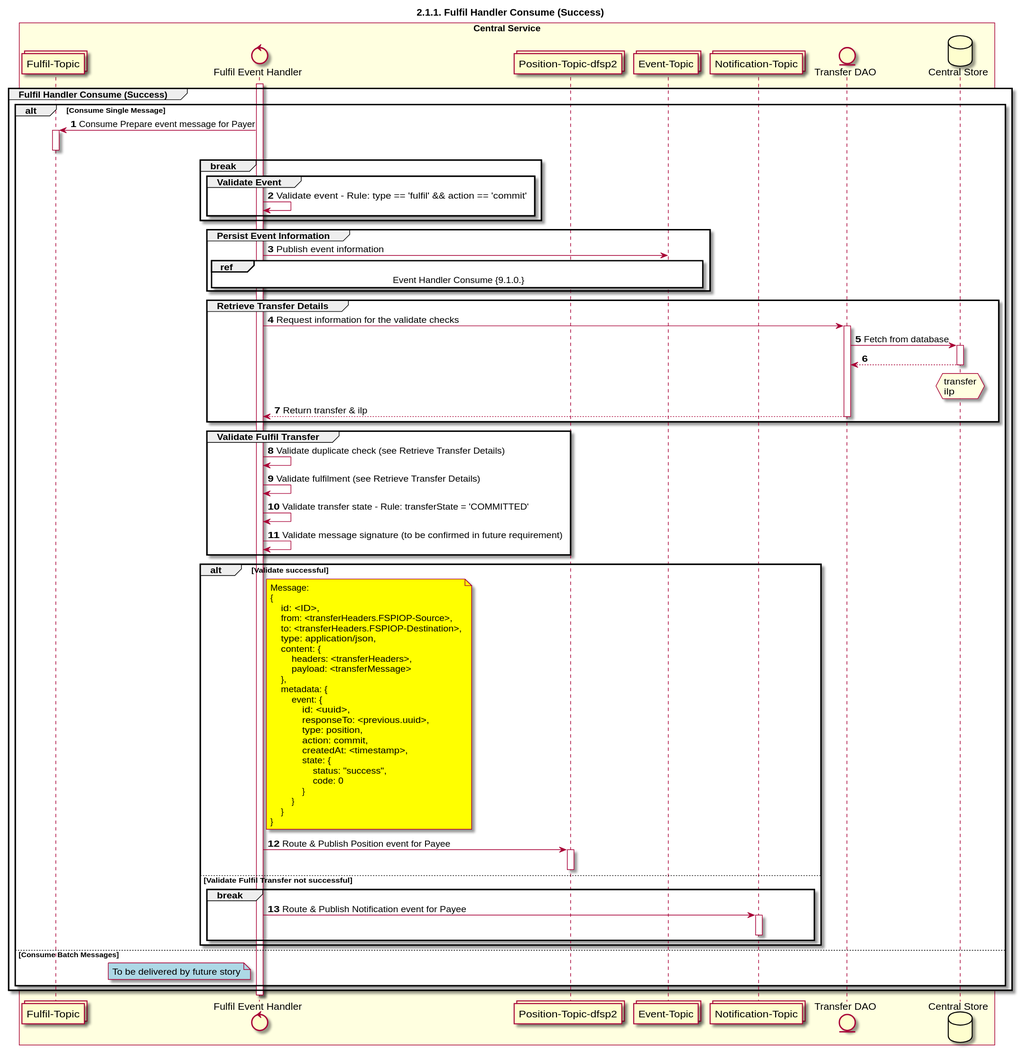
Earlier version of the PlantUML export CentralServices/seq_diagrams/seq-fulfil-2.1.1.svg (ggrg/docs).
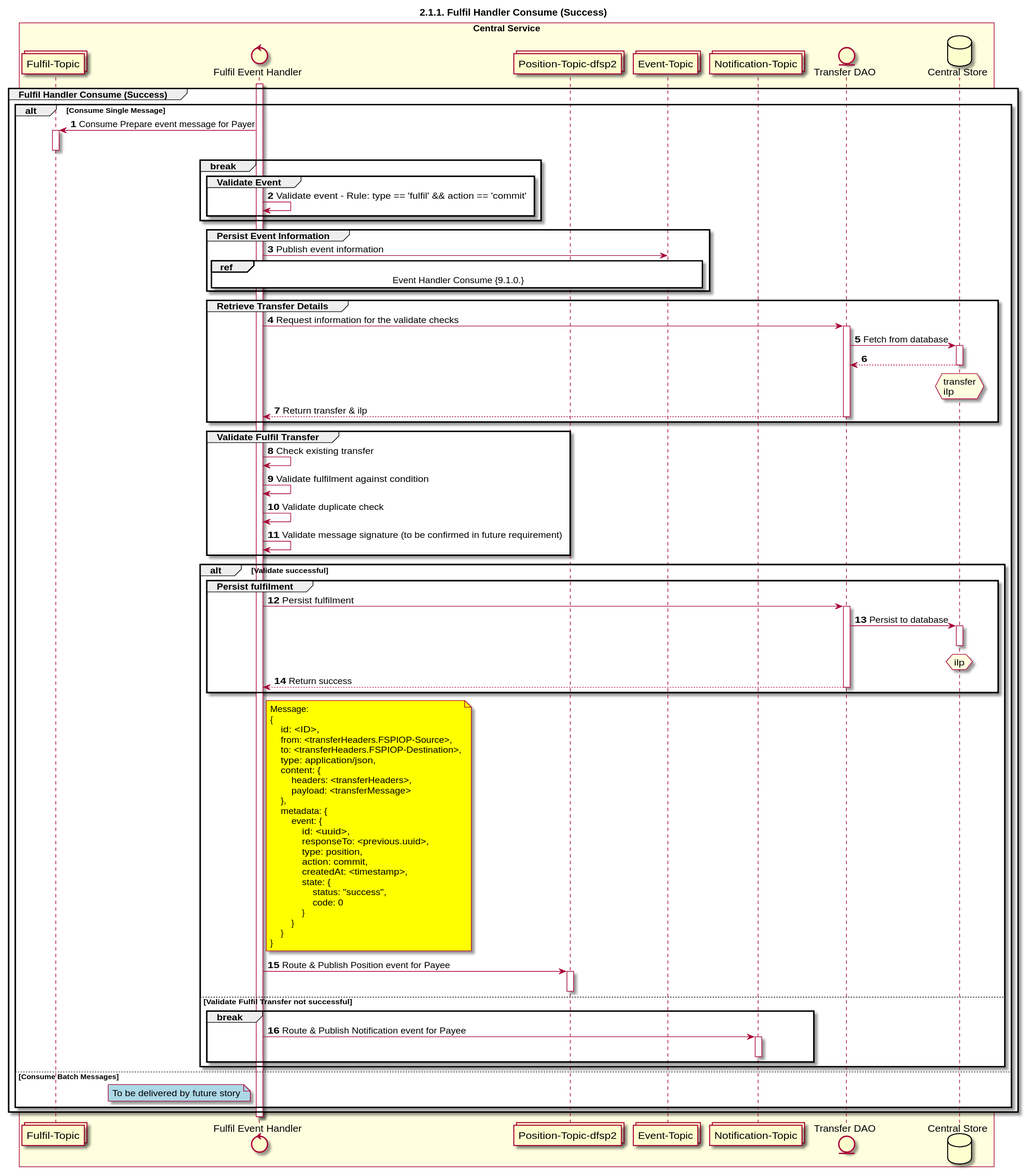
After the change.

Commit message:
Feature/#272 Implement Fulfil Handler Consume (Success)

Lineup 2.1.1 to its code implementation (#20)

The edit, as a diff of the source:
```diff
@@ -56,13 +56,26 @@
         end
 
         group Validate Fulfil Transfer
-            FULF_HANDLER <-> FULF_HANDLER: Validate duplicate check (see Retrieve Transfer Details)
-            FULF_HANDLER <-> FULF_HANDLER: Validate fulfilment (see Retrieve Transfer Details)
-            FULF_HANDLER <-> FULF_HANDLER: Validate transfer state - Rule: transferState = 'COMMITTED'
+            FULF_HANDLER <-> FULF_HANDLER: Check existing transfer
+            FULF_HANDLER <-> FULF_HANDLER: Validate fulfilment against condition
+            FULF_HANDLER <-> FULF_HANDLER: Validate duplicate check
             FULF_HANDLER <-> FULF_HANDLER: Validate message signature (to be confirmed in future requirement)
         end
 
         alt Validate successful
+            group Persist fulfilment
+                FULF_HANDLER -> TRANS_DAO: Persist fulfilment
+                activate TRANS_DAO
+                TRANS_DAO -> DB: Persist to database
+                activate DB
+                deactivate DB
+                hnote over DB #lightyellow
+                    ilp
+                end note
+                FULF_HANDLER <-- TRANS_DAO: Return success
+                deactivate TRANS_DAO
+            end
+
             note right of FULF_HANDLER #yellow
                 Message:
                 {
```
